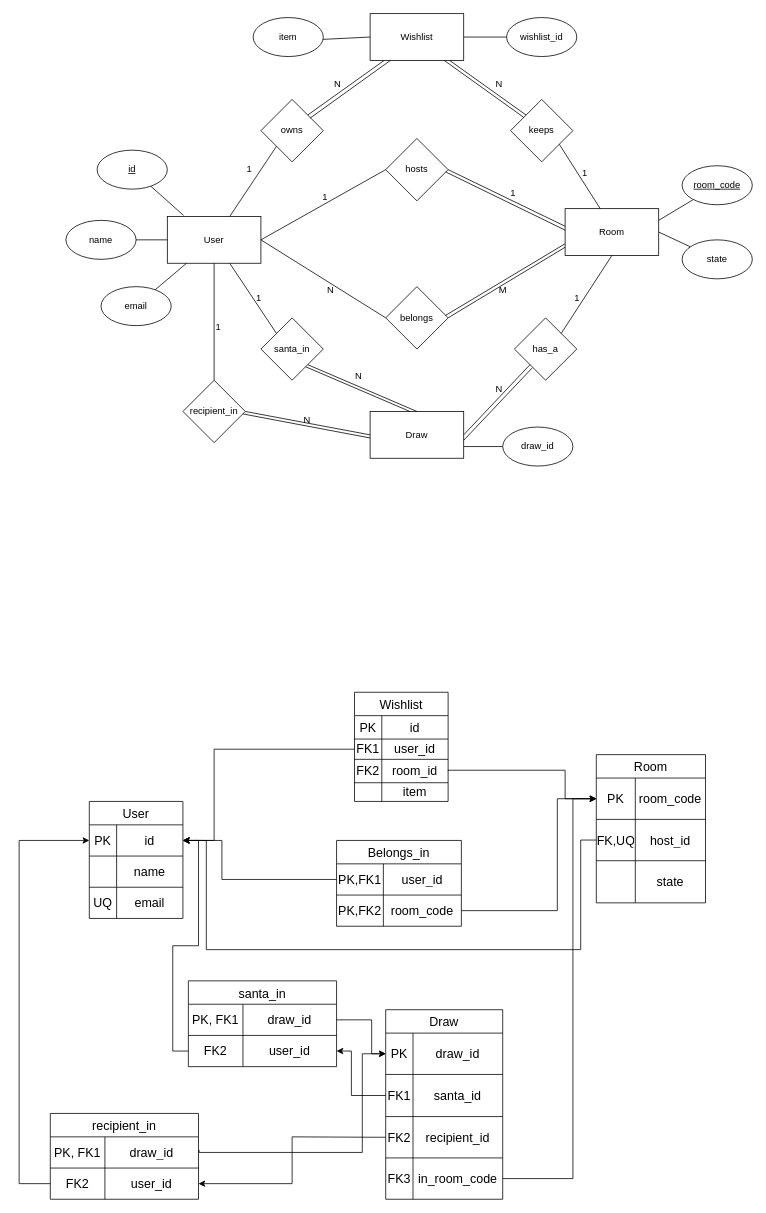
This is project secret santa/erd w_ erm (5).drawio.xml from SuchWowEl/ssis, a draw.io file, before an edit. Source tidied: cells renumbered, new cells numbered last; positions are measured from the earlier drawing's top-left corner, leaving out a move shared by most shapes. Both pictures are drawn from the tidied source at 78%, with x=0, y=0 at pixel (19, 13).
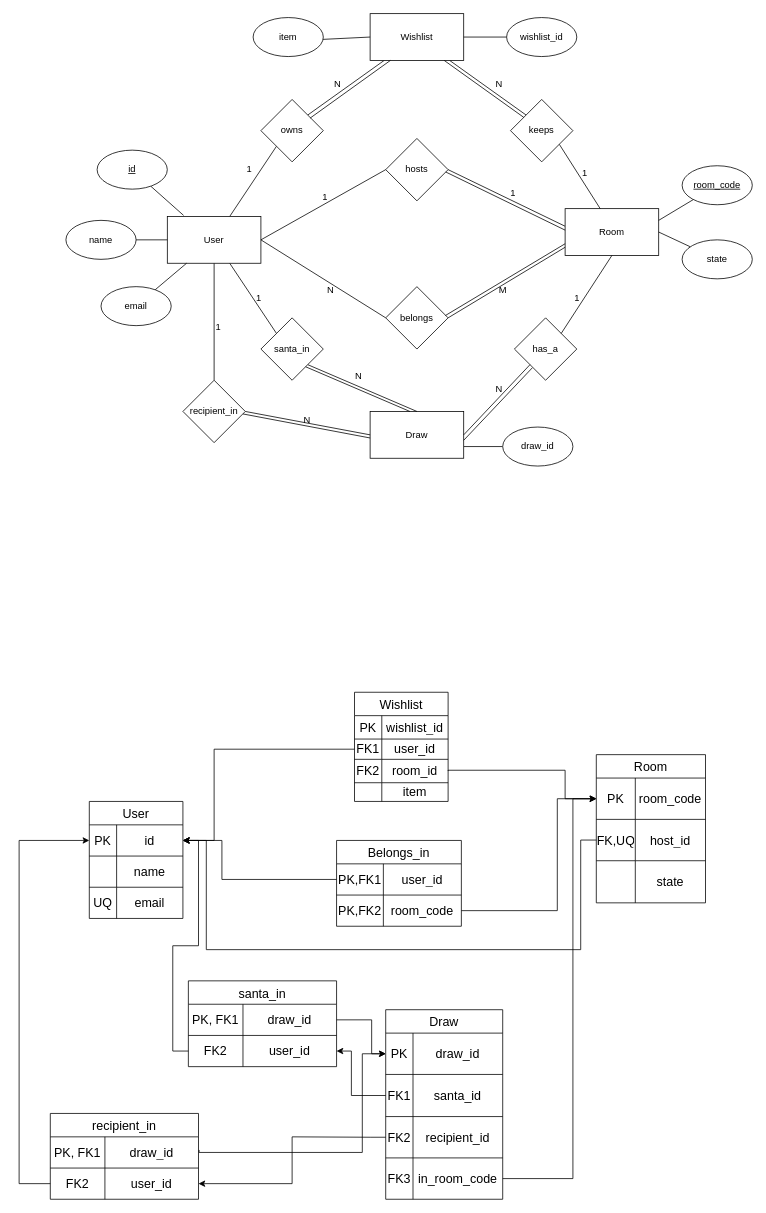
The same diagram, later.

Commit message:
ERM: Wishlist -> wishlist_id

The change refers to these unchanged cells:
```xml
<mxCell id="70" style="shape=tableRow;horizontal=0;startSize=0;swimlaneHead=0;swimlaneBody=0;strokeColor=inherit;top=0;left=0;bottom=0;right=0;fillColor=none;fontSize=16;" parent="69" vertex="1">
  <mxGeometry y="30" width="120" height="30" as="geometry" />
</mxCell>
```

What changed in the source:
```diff
@@
-    <mxCell id="72" value="id" style="shape=partialRectangle;html=1;whiteSpace=wrap;strokeColor=inherit;overflow=hidden;fillColor=none;top=0;left=0;bottom=0;right=0;fontSize=16;" parent="70" vertex="1">
+    <mxCell id="72" value="wishlist_id" style="shape=partialRectangle;html=1;whiteSpace=wrap;strokeColor=inherit;overflow=hidden;fillColor=none;top=0;left=0;bottom=0;right=0;fontSize=16;" parent="70" vertex="1">
       <mxGeometry x="35" width="85" height="30" as="geometry" />
     </mxCell>
```
